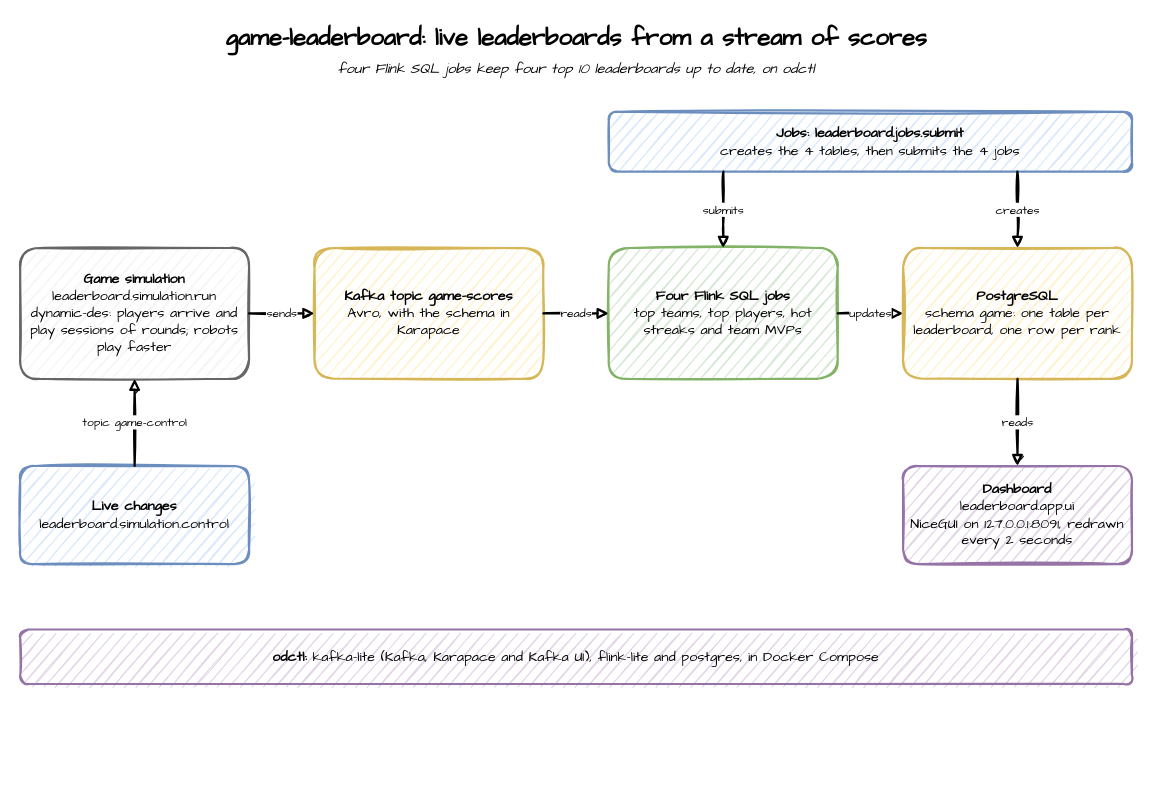
Before: game-leaderboard/images/architecture.drawio in jaehyeon-kim/benchtop, a draw.io diagram. Source tidied: cells renumbered, new cells numbered last; positions are measured from the earlier drawing's top-left corner, leaving out a move shared by most shapes. Both pictures are drawn from the tidied source at 109%, with x=0, y=0 at pixel (20, 19).
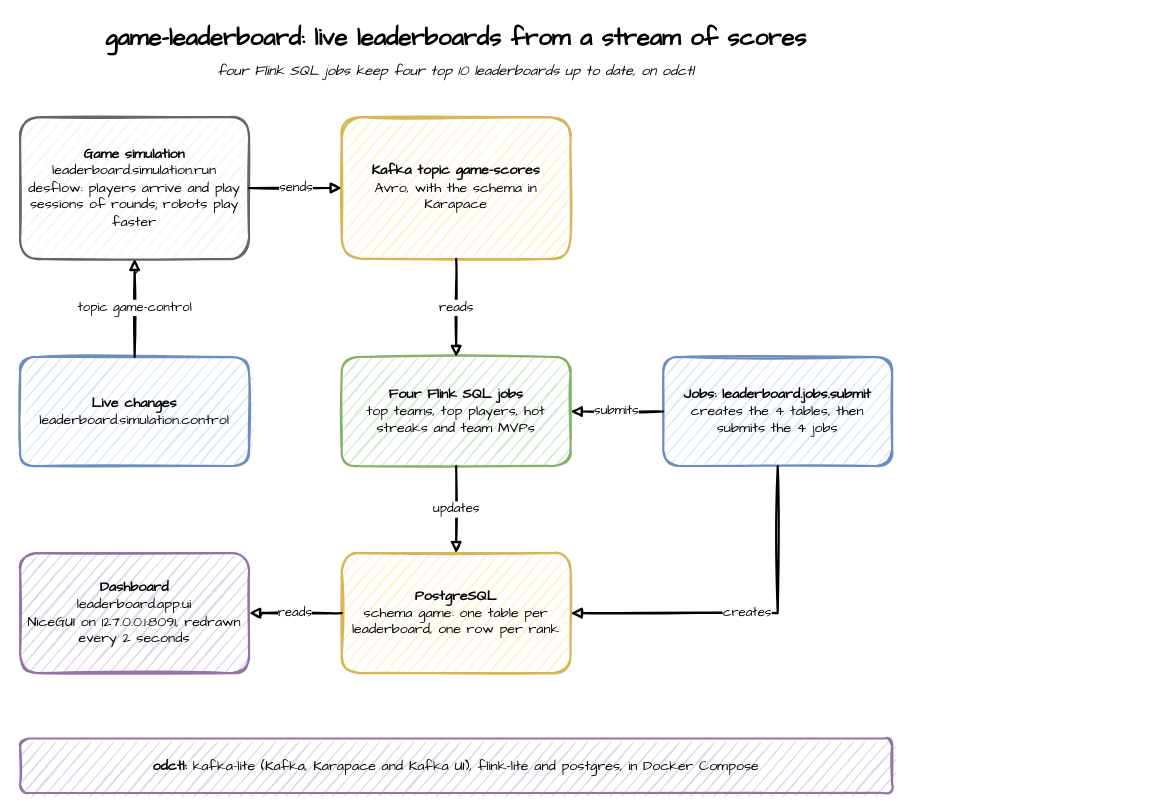
After the change.

Change to the diagram source:
```diff
@@
 <mxGraphModel>
   <root>
     <mxCell id="0" />
     <mxCell id="1" parent="0" />
-    <mxCell id="2" value="game-leaderboard: live leaderboards from a stream of scores" style="text;html=1;align=center;verticalAlign=middle;fontFamily=Comic Sans MS;fontSize=22;fontStyle=1;strokeColor=none;fillColor=none;" parent="1" vertex="1">
-      <mxGeometry width="1020" height="36" as="geometry" />
+    <mxCell id="2" value="game-leaderboard: live leaderboards from a stream of scores" style="text;html=1;align=center;verticalAlign=middle;whiteSpace=wrap;fontFamily=Comic Sans MS;fontSize=22;fontStyle=1;strokeColor=none;fillColor=none;" parent="1" vertex="1">
+      <mxGeometry width="800" height="36" as="geometry" />
     </mxCell>
-    <mxCell id="3" value="four Flink SQL jobs keep four top 10 leaderboards up to date, on odctl" style="text;html=1;align=center;verticalAlign=middle;fontFamily=Comic Sans MS;fontSize=13;fontStyle=2;strokeColor=none;fillColor=none;" parent="1" vertex="1">
-      <mxGeometry y="34" width="1020" height="24" as="geometry" />
+    <mxCell id="3" value="four Flink SQL jobs keep four top 10 leaderboards up to date, on odctl" style="text;html=1;align=center;verticalAlign=middle;whiteSpace=wrap;fontFamily=Comic Sans MS;fontSize=13;fontStyle=2;strokeColor=none;fillColor=none;" parent="1" vertex="1">
+      <mxGeometry y="36" width="800" height="24" as="geometry" />
     </mxCell>
-    <mxCell id="4" value="&lt;b&gt;Jobs: leaderboard.jobs.submit&lt;/b&gt;&lt;br&gt;creates the 4 tables, then submits the 4 jobs" style="sketch=1;fontFamily=Comic Sans MS;strokeWidth=2;html=1;rounded=1;whiteSpace=wrap;fontSize=13;fillColor=#dae8fc;strokeColor=#6c8ebf;" parent="1" vertex="1">
-      <mxGeometry x="540" y="85" width="480" height="55" as="geometry" />
-    </mxCell>
-    <mxCell id="5" value="&lt;b&gt;Game simulation&lt;/b&gt;&lt;br&gt;leaderboard.simulation.run&lt;br&gt;dynamic-des: players arrive and play sessions of rounds; robots play faster" style="sketch=1;fontFamily=Comic Sans MS;strokeWidth=2;html=1;rounded=1;whiteSpace=wrap;fontSize=13;fillColor=#f5f5f5;strokeColor=#666666;" parent="1" vertex="1">
-      <mxGeometry y="210" width="210" height="120" as="geometry" />
+    <mxCell id="5" value="&lt;b&gt;Game simulation&lt;/b&gt;&lt;br&gt;leaderboard.simulation.run&lt;br&gt;desflow: players arrive and play sessions of rounds; robots play faster" style="sketch=1;fontFamily=Comic Sans MS;strokeWidth=2;html=1;rounded=1;whiteSpace=wrap;fontSize=13;fillColor=#f5f5f5;strokeColor=#666666;" parent="1" vertex="1">
+      <mxGeometry y="90" width="210" height="130" as="geometry" />
     </mxCell>
     <mxCell id="6" value="&lt;b&gt;Kafka topic game-scores&lt;/b&gt;&lt;br&gt;Avro, with the schema in Karapace" style="sketch=1;fontFamily=Comic Sans MS;strokeWidth=2;html=1;rounded=1;whiteSpace=wrap;fontSize=13;fillColor=#fff2cc;strokeColor=#d6b656;" parent="1" vertex="1">
-      <mxGeometry x="270" y="210" width="210" height="120" as="geometry" />
+      <mxGeometry x="295" y="90" width="210" height="130" as="geometry" />
     </mxCell>
+    <mxCell id="9" value="&lt;b&gt;Live changes&lt;/b&gt;&lt;br&gt;leaderboard.simulation.control" style="sketch=1;fontFamily=Comic Sans MS;strokeWidth=2;html=1;rounded=1;whiteSpace=wrap;fontSize=13;fillColor=#dae8fc;strokeColor=#6c8ebf;" parent="1" vertex="1">
+      <mxGeometry y="310" width="210" height="100" as="geometry" />
+    </mxCell>
     <mxCell id="7" value="&lt;b&gt;Four Flink SQL jobs&lt;/b&gt;&lt;br&gt;top teams, top players, hot streaks and team MVPs" style="sketch=1;fontFamily=Comic Sans MS;strokeWidth=2;html=1;rounded=1;whiteSpace=wrap;fontSize=13;fillColor=#d5e8d4;strokeColor=#82b366;" parent="1" vertex="1">
-      <mxGeometry x="540" y="210" width="210" height="120" as="geometry" />
+      <mxGeometry x="295" y="310" width="210" height="100" as="geometry" />
     </mxCell>
+    <mxCell id="4" value="&lt;b&gt;Jobs: leaderboard.jobs.submit&lt;/b&gt;&lt;br&gt;creates the 4 tables, then submits the 4 jobs" style="sketch=1;fontFamily=Comic Sans MS;strokeWidth=2;html=1;rounded=1;whiteSpace=wrap;fontSize=13;fillColor=#dae8fc;strokeColor=#6c8ebf;" parent="1" vertex="1">
+      <mxGeometry x="590" y="310" width="210" height="100" as="geometry" />
+    </mxCell>
+    <mxCell id="10" value="&lt;b&gt;Dashboard&lt;/b&gt;&lt;br&gt;leaderboard.app.ui&lt;br&gt;NiceGUI on 127.0.0.1:8091, redrawn every 2 seconds" style="sketch=1;fontFamily=Comic Sans MS;strokeWidth=2;html=1;rounded=1;whiteSpace=wrap;fontSize=13;fillColor=#e1d5e7;strokeColor=#9673a6;" parent="1" vertex="1">
+      <mxGeometry y="490" width="210" height="110" as="geometry" />
+    </mxCell>
     <mxCell id="8" value="&lt;b&gt;PostgreSQL&lt;/b&gt;&lt;br&gt;schema game: one table per leaderboard, one row per rank" style="sketch=1;fontFamily=Comic Sans MS;strokeWidth=2;html=1;rounded=1;whiteSpace=wrap;fontSize=13;fillColor=#fff2cc;strokeColor=#d6b656;" parent="1" vertex="1">
-      <mxGeometry x="810" y="210" width="210" height="120" as="geometry" />
+      <mxGeometry x="295" y="490" width="210" height="110" as="geometry" />
     </mxCell>
-    <mxCell id="9" value="&lt;b&gt;Live changes&lt;/b&gt;&lt;br&gt;leaderboard.simulation.control" style="sketch=1;fontFamily=Comic Sans MS;strokeWidth=2;html=1;rounded=1;whiteSpace=wrap;fontSize=13;fillColor=#dae8fc;strokeColor=#6c8ebf;" parent="1" vertex="1">
-      <mxGeometry y="410" width="210" height="90" as="geometry" />
-    </mxCell>
-    <mxCell id="10" value="&lt;b&gt;Dashboard&lt;/b&gt;&lt;br&gt;leaderboard.app.ui&lt;br&gt;NiceGUI on 127.0.0.1:8091, redrawn every 2 seconds" style="sketch=1;fontFamily=Comic Sans MS;strokeWidth=2;html=1;rounded=1;whiteSpace=wrap;fontSize=13;fillColor=#e1d5e7;strokeColor=#9673a6;" parent="1" vertex="1">
-      <mxGeometry x="810" y="410" width="210" height="90" as="geometry" />
-    </mxCell>
     <mxCell id="11" value="&lt;b&gt;odctl:&lt;/b&gt; kafka-lite (Kafka, Karapace and Kafka UI), flink-lite and postgres, in Docker Compose" style="sketch=1;fontFamily=Comic Sans MS;strokeWidth=2;html=1;rounded=1;whiteSpace=wrap;fontSize=13;fillColor=#e1d5e7;strokeColor=#9673a6;" parent="1" vertex="1">
-      <mxGeometry y="560" width="1020" height="50" as="geometry" />
+      <mxGeometry y="660" width="800" height="50" as="geometry" />
     </mxCell>
-    <mxCell id="12" value="sends" style="sketch=1;fontFamily=Comic Sans MS;strokeWidth=2;html=1;edgeStyle=orthogonalEdgeStyle;rounded=0;endArrow=block;endFill=1;fontSize=11;labelBackgroundColor=#ffffff;exitX=1;exitY=0.5;entryX=0;entryY=0.5;" parent="1" edge="1" source="5" target="6">
+    <mxCell id="12" value="sends" style="sketch=1;fontFamily=Comic Sans MS;strokeWidth=2;html=1;edgeStyle=orthogonalEdgeStyle;rounded=0;endArrow=block;endFill=1;fontSize=12;labelBackgroundColor=#ffffff;exitX=1;exitY=0.5;entryX=0;entryY=0.5;" parent="1" edge="1" source="5" target="6">
       <mxGeometry relative="1" as="geometry" />
     </mxCell>
-    <mxCell id="13" value="reads" style="sketch=1;fontFamily=Comic Sans MS;strokeWidth=2;html=1;edgeStyle=orthogonalEdgeStyle;rounded=0;endArrow=block;endFill=1;fontSize=11;labelBackgroundColor=#ffffff;exitX=1;exitY=0.5;entryX=0;entryY=0.5;" parent="1" edge="1" source="6" target="7">
+    <mxCell id="13" value="reads" style="sketch=1;fontFamily=Comic Sans MS;strokeWidth=2;html=1;edgeStyle=orthogonalEdgeStyle;rounded=0;endArrow=block;endFill=1;fontSize=12;labelBackgroundColor=#ffffff;exitX=0.5;exitY=1;entryX=0.5;entryY=0;" parent="1" edge="1" source="6" target="7">
       <mxGeometry relative="1" as="geometry" />
     </mxCell>
-    <mxCell id="14" value="updates" style="sketch=1;fontFamily=Comic Sans MS;strokeWidth=2;html=1;edgeStyle=orthogonalEdgeStyle;rounded=0;endArrow=block;endFill=1;fontSize=11;labelBackgroundColor=#ffffff;exitX=1;exitY=0.5;entryX=0;entryY=0.5;" parent="1" edge="1" source="7" target="8">
+    <mxCell id="14" value="updates" style="sketch=1;fontFamily=Comic Sans MS;strokeWidth=2;html=1;edgeStyle=orthogonalEdgeStyle;rounded=0;endArrow=block;endFill=1;fontSize=12;labelBackgroundColor=#ffffff;exitX=0.5;exitY=1;entryX=0.5;entryY=0;" parent="1" edge="1" source="7" target="8">
       <mxGeometry relative="1" as="geometry" />
     </mxCell>
-    <mxCell id="15" value="reads" style="sketch=1;fontFamily=Comic Sans MS;strokeWidth=2;html=1;edgeStyle=orthogonalEdgeStyle;rounded=0;endArrow=block;endFill=1;fontSize=11;labelBackgroundColor=#ffffff;exitX=0.5;exitY=1;entryX=0.5;entryY=0;" parent="1" edge="1" source="8" target="10">
+    <mxCell id="15" value="reads" style="sketch=1;fontFamily=Comic Sans MS;strokeWidth=2;html=1;edgeStyle=orthogonalEdgeStyle;rounded=0;endArrow=block;endFill=1;fontSize=12;labelBackgroundColor=#ffffff;exitX=0;exitY=0.5;entryX=1;entryY=0.5;" parent="1" edge="1" source="8" target="10">
       <mxGeometry relative="1" as="geometry" />
     </mxCell>
-    <mxCell id="16" value="submits" style="sketch=1;fontFamily=Comic Sans MS;strokeWidth=2;html=1;edgeStyle=orthogonalEdgeStyle;rounded=0;endArrow=block;endFill=1;fontSize=11;labelBackgroundColor=#ffffff;exitX=0.219;exitY=1;entryX=0.5;entryY=0;" parent="1" edge="1" source="4" target="7">
+    <mxCell id="16" value="submits" style="sketch=1;fontFamily=Comic Sans MS;strokeWidth=2;html=1;edgeStyle=orthogonalEdgeStyle;rounded=0;endArrow=block;endFill=1;fontSize=12;labelBackgroundColor=#ffffff;exitX=0;exitY=0.5;entryX=1;entryY=0.5;" parent="1" edge="1" source="4" target="7">
       <mxGeometry relative="1" as="geometry" />
     </mxCell>
-    <mxCell id="17" value="creates" style="sketch=1;fontFamily=Comic Sans MS;strokeWidth=2;html=1;edgeStyle=orthogonalEdgeStyle;rounded=0;endArrow=block;endFill=1;fontSize=11;labelBackgroundColor=#ffffff;exitX=0.781;exitY=1;entryX=0.5;entryY=0;" parent="1" edge="1" source="4" target="8">
+    <mxCell id="17" value="creates" style="sketch=1;fontFamily=Comic Sans MS;strokeWidth=2;html=1;edgeStyle=orthogonalEdgeStyle;rounded=0;endArrow=block;endFill=1;fontSize=12;labelBackgroundColor=#ffffff;exitX=0.5;exitY=1;entryX=1;entryY=0.5;" parent="1" edge="1" source="4" target="8">
       <mxGeometry relative="1" as="geometry" />
     </mxCell>
-    <mxCell id="18" value="topic game-control" style="sketch=1;fontFamily=Comic Sans MS;strokeWidth=2;html=1;edgeStyle=orthogonalEdgeStyle;rounded=0;endArrow=block;endFill=1;fontSize=11;labelBackgroundColor=#ffffff;exitX=0.5;exitY=0;entryX=0.5;entryY=1;" parent="1" edge="1" source="9" target="5">
+    <mxCell id="18" value="topic game-control" style="sketch=1;fontFamily=Comic Sans MS;strokeWidth=2;html=1;edgeStyle=orthogonalEdgeStyle;rounded=0;endArrow=block;endFill=1;fontSize=12;labelBackgroundColor=#ffffff;exitX=0.5;exitY=0;entryX=0.5;entryY=1;" parent="1" edge="1" source="9" target="5">
       <mxGeometry relative="1" as="geometry" />
     </mxCell>
   </root>
 </mxGraphModel>
```
